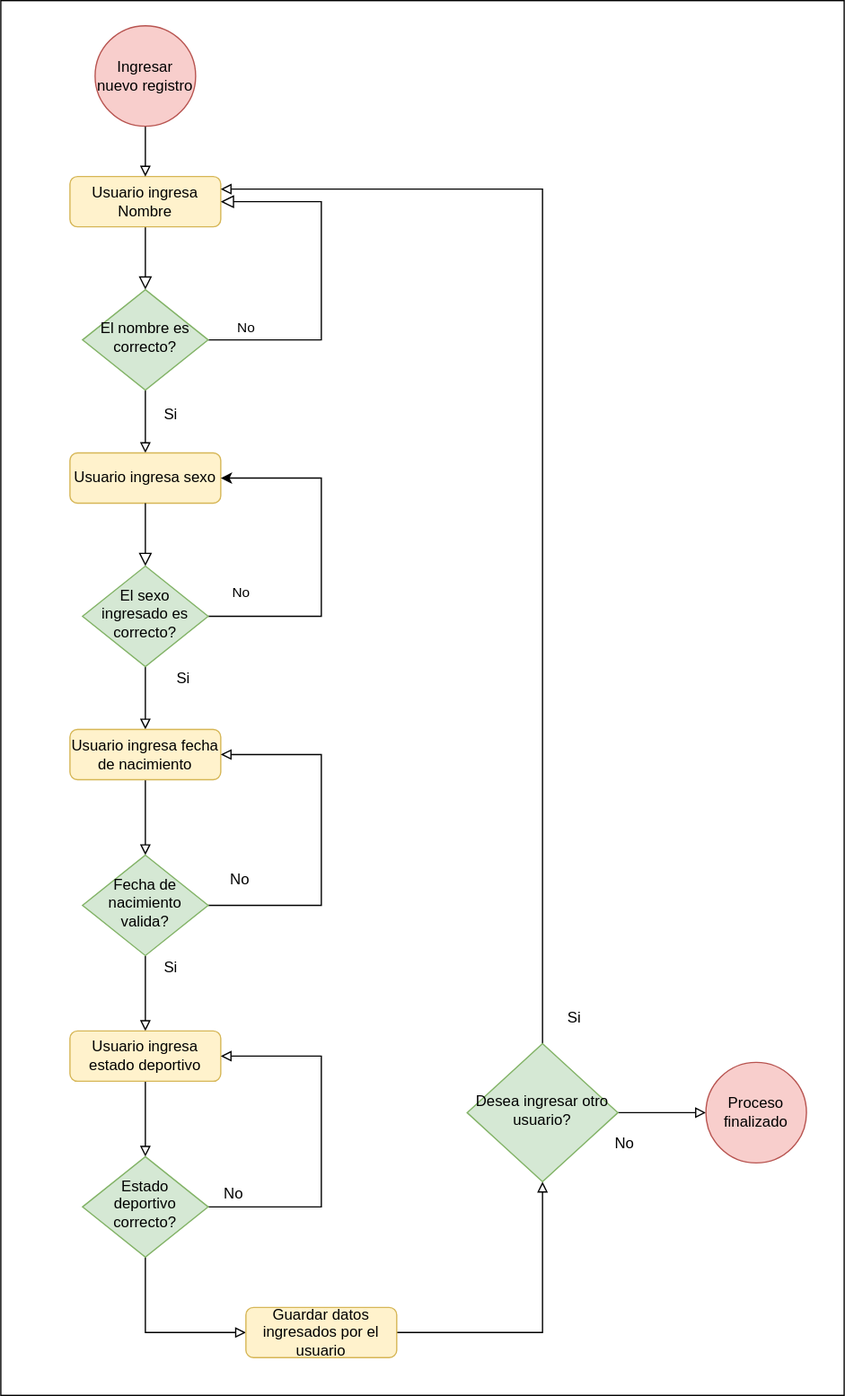
Before: DiagFlujoIngresarPersona.svg, a diagram exported from draw.io (MaxIbanez/Taller1P1_MI_JC). Source tidied: cells renumbered, new cells last; positions are measured from the earlier drawing's top-left corner, leaving out a move shared by most shapes.
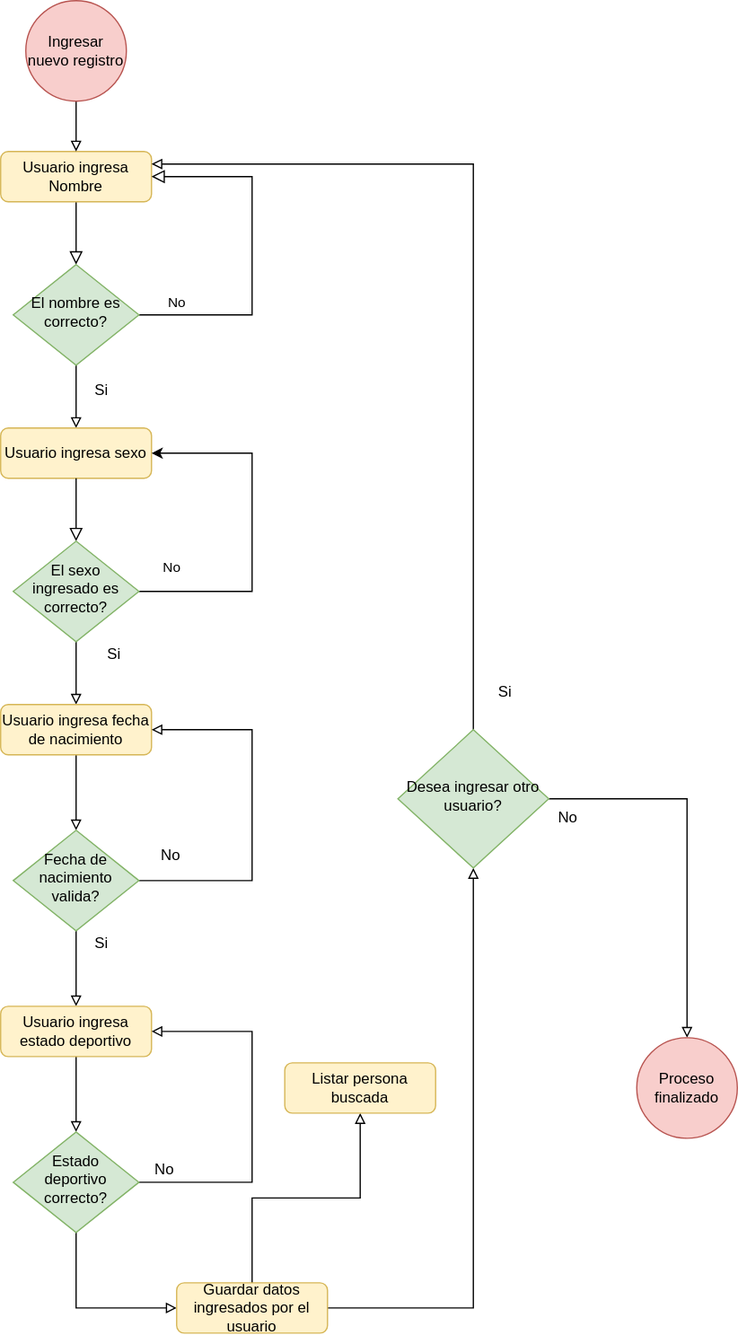
The same file after the commit.

Change to the diagram source:
```diff
@@ -111,6 +111,9 @@
     <mxCell id="28" style="edgeStyle=orthogonalEdgeStyle;rounded=0;jettySize=auto;html=1;entryX=0.5;entryY=1;entryDx=0;entryDy=0;endArrow=block;endFill=0;" parent="1" edge="1" source="29" target="34">
       <mxGeometry relative="1" as="geometry" />
     </mxCell>
+    <mxCell id="39" style="edgeStyle=orthogonalEdgeStyle;rounded=0;jettySize=auto;html=1;endArrow=block;endFill=0;" parent="1" edge="1" source="29" target="40">
+      <mxGeometry relative="1" as="geometry" />
+    </mxCell>
     <mxCell id="29" value="Guardar datos ingresados por el usuario" style="rounded=1;whiteSpace=wrap;html=1;fontSize=12;glass=0;strokeWidth=1;shadow=0;fillColor=#fff2cc;strokeColor=#d6b656;" parent="1" vertex="1">
       <mxGeometry x="195" y="1040" width="120" height="40" as="geometry" />
     </mxCell>
@@ -133,19 +136,19 @@
       <mxGeometry relative="1" as="geometry" />
     </mxCell>
     <mxCell id="34" value="Desea ingresar otro usuario?" style="rhombus;whiteSpace=wrap;html=1;shadow=0;fontFamily=Helvetica;fontSize=12;align=center;strokeWidth=1;spacing=6;spacingTop=-4;fillColor=#d5e8d4;strokeColor=#82b366;" parent="1" vertex="1">
-      <mxGeometry x="371" y="830" width="120" height="110" as="geometry" />
+      <mxGeometry x="371" y="600" width="120" height="110" as="geometry" />
     </mxCell>
     <mxCell id="35" value="Si" style="text;html=1;align=center;verticalAlign=middle;" parent="1" vertex="1">
-      <mxGeometry x="441" y="800" width="30" height="20" as="geometry" />
+      <mxGeometry x="441" y="560" width="30" height="20" as="geometry" />
     </mxCell>
     <mxCell id="36" value="No" style="text;html=1;align=center;verticalAlign=middle;" parent="1" vertex="1">
-      <mxGeometry x="481" y="900" width="30" height="20" as="geometry" />
+      <mxGeometry x="491" y="660" width="30" height="20" as="geometry" />
     </mxCell>
     <mxCell id="37" value="Proceso finalizado" style="ellipse;whiteSpace=wrap;html=1;fillColor=#f8cecc;strokeColor=#b85450;" parent="1" vertex="1">
       <mxGeometry x="561" y="845" width="80" height="80" as="geometry" />
     </mxCell>
-    <mxCell id="38" style="rounded=0;whiteSpace=wrap;html=1;fillColor=none;" parent="1" vertex="1">
-      <mxGeometry width="671" height="1110" as="geometry" />
-    </mxCell>
+    <mxCell id="40" value="Listar persona buscada" style="rounded=1;whiteSpace=wrap;html=1;fontSize=12;glass=0;strokeWidth=1;shadow=0;fillColor=#fff2cc;strokeColor=#d6b656;" parent="1" vertex="1">
+      <mxGeometry x="281" y="865" width="120" height="40" as="geometry" />
+    </mxCell>
   </root>
 </mxGraphModel>
```
